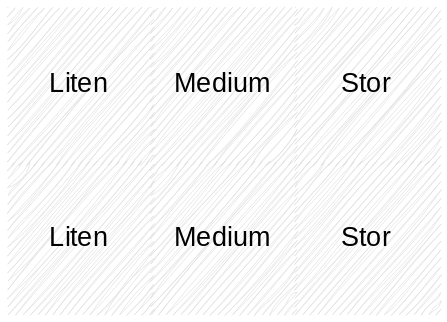
The draw.io diagram img/sannsyn/kaffebaren.drawio.svg in Andremartiny/MA-173, before a commit. Source tidied: cells renumbered, new cells last; positions are measured from the earlier drawing's top-left corner, leaving out a move shared by most shapes. Its diagram source:
```xml
<mxGraphModel>
  <root>
    <mxCell id="0" />
    <mxCell id="1" parent="0" />
    <mxCell id="2" value="Liten" style="shape=partialRectangle;html=1;whiteSpace=wrap;strokeColor=#23445d;overflow=hidden;fillColor=#dedede;top=0;left=0;bottom=0;right=0;sketch=1;hachureGap=4;jiggle=2;curveFitting=1;fontFamily=Handlee;fontSource=https%3A%2F%2Ffonts.googleapis.com%2Fcss%3Ffamily%3DHandlee;fontSize=19;" parent="1" vertex="1">
      <mxGeometry width="102" height="110" as="geometry" />
    </mxCell>
    <mxCell id="3" value="Medium" style="shape=partialRectangle;html=1;whiteSpace=wrap;strokeColor=#23445d;overflow=hidden;fillColor=#dedede;top=0;left=0;bottom=0;right=0;sketch=1;hachureGap=4;jiggle=2;curveFitting=1;fontFamily=Handlee;fontSource=https%3A%2F%2Ffonts.googleapis.com%2Fcss%3Ffamily%3DHandlee;fontSize=19;" parent="1" vertex="1">
      <mxGeometry x="102" width="103" height="110" as="geometry" />
    </mxCell>
    <mxCell id="4" value="Stor" style="shape=partialRectangle;html=1;whiteSpace=wrap;strokeColor=#23445d;overflow=hidden;fillColor=#dedede;top=0;left=0;bottom=0;right=0;sketch=1;hachureGap=4;jiggle=2;curveFitting=1;fontFamily=Handlee;fontSource=https%3A%2F%2Ffonts.googleapis.com%2Fcss%3Ffamily%3DHandlee;fontSize=19;" parent="1" vertex="1">
      <mxGeometry x="205" width="102" height="110" as="geometry" />
    </mxCell>
    <mxCell id="5" value="Liten" style="shape=partialRectangle;html=1;whiteSpace=wrap;strokeColor=#23445d;overflow=hidden;fillColor=#dedede;top=0;left=0;bottom=0;right=0;sketch=1;hachureGap=4;jiggle=2;curveFitting=1;fontFamily=Handlee;fontSource=https%3A%2F%2Ffonts.googleapis.com%2Fcss%3Ffamily%3DHandlee;fontSize=19;" parent="1" vertex="1">
      <mxGeometry y="110" width="102" height="109" as="geometry" />
    </mxCell>
    <mxCell id="6" value="Medium" style="shape=partialRectangle;html=1;whiteSpace=wrap;strokeColor=#23445d;overflow=hidden;fillColor=#dedede;top=0;left=0;bottom=0;right=0;sketch=1;hachureGap=4;jiggle=2;curveFitting=1;fontFamily=Handlee;fontSource=https%3A%2F%2Ffonts.googleapis.com%2Fcss%3Ffamily%3DHandlee;fontSize=19;" parent="1" vertex="1">
      <mxGeometry x="102" y="110" width="103" height="109" as="geometry" />
    </mxCell>
    <mxCell id="7" value="Stor" style="shape=partialRectangle;html=1;whiteSpace=wrap;strokeColor=#23445d;overflow=hidden;fillColor=#dedede;top=0;left=0;bottom=0;right=0;sketch=1;hachureGap=4;jiggle=2;curveFitting=1;fontFamily=Handlee;fontSource=https%3A%2F%2Ffonts.googleapis.com%2Fcss%3Ffamily%3DHandlee;fontSize=19;" parent="1" vertex="1">
      <mxGeometry x="205" y="110" width="102" height="109" as="geometry" />
    </mxCell>
  </root>
</mxGraphModel>
```
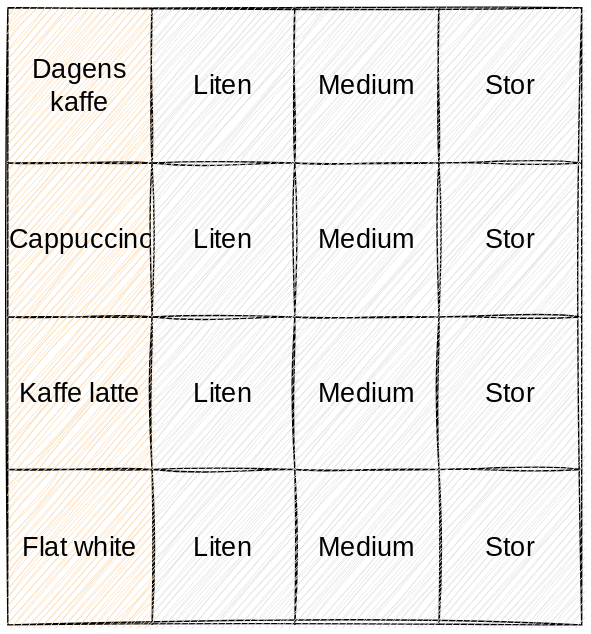
The same file after the commit.

What changed in the source:
```diff
@@ -2,23 +2,68 @@
   <root>
     <mxCell id="0" />
     <mxCell id="1" parent="0" />
-    <mxCell id="2" value="Liten" style="shape=partialRectangle;html=1;whiteSpace=wrap;strokeColor=#23445d;overflow=hidden;fillColor=#dedede;top=0;left=0;bottom=0;right=0;sketch=1;hachureGap=4;jiggle=2;curveFitting=1;fontFamily=Handlee;fontSource=https%3A%2F%2Ffonts.googleapis.com%2Fcss%3Ffamily%3DHandlee;fontSize=19;" parent="1" vertex="1">
-      <mxGeometry width="102" height="110" as="geometry" />
+    <mxCell id="2" style="shape=table;startSize=0;sketch=1;hachureGap=4;jiggle=2;curveFitting=1;fontFamily=Handlee;fontSource=https%3A%2F%2Ffonts.googleapis.com%2Fcss%3Ffamily%3DHandlee;fontSize=19;" parent="1" vertex="1">
+      <mxGeometry width="410" height="441" as="geometry" />
     </mxCell>
-    <mxCell id="3" value="Medium" style="shape=partialRectangle;html=1;whiteSpace=wrap;strokeColor=#23445d;overflow=hidden;fillColor=#dedede;top=0;left=0;bottom=0;right=0;sketch=1;hachureGap=4;jiggle=2;curveFitting=1;fontFamily=Handlee;fontSource=https%3A%2F%2Ffonts.googleapis.com%2Fcss%3Ffamily%3DHandlee;fontSize=19;" parent="1" vertex="1">
-      <mxGeometry x="102" width="103" height="110" as="geometry" />
+    <mxCell id="3" style="shape=tableRow;horizontal=0;startSize=0;swimlaneHead=0;swimlaneBody=0;strokeColor=inherit;top=0;left=0;bottom=0;right=0;fillColor=none;sketch=1;hachureGap=4;jiggle=2;curveFitting=1;fontFamily=Handlee;fontSource=https%3A%2F%2Ffonts.googleapis.com%2Fcss%3Ffamily%3DHandlee;fontSize=19;" parent="2" vertex="1">
+      <mxGeometry width="410" height="111" as="geometry" />
     </mxCell>
-    <mxCell id="4" value="Stor" style="shape=partialRectangle;html=1;whiteSpace=wrap;strokeColor=#23445d;overflow=hidden;fillColor=#dedede;top=0;left=0;bottom=0;right=0;sketch=1;hachureGap=4;jiggle=2;curveFitting=1;fontFamily=Handlee;fontSource=https%3A%2F%2Ffonts.googleapis.com%2Fcss%3Ffamily%3DHandlee;fontSize=19;" parent="1" vertex="1">
-      <mxGeometry x="205" width="102" height="110" as="geometry" />
+    <mxCell id="4" value="Dagens kaffe" style="shape=partialRectangle;html=1;whiteSpace=wrap;strokeColor=#b46504;overflow=hidden;fillColor=#fad7ac;top=0;left=0;bottom=0;right=0;sketch=1;hachureGap=4;jiggle=2;curveFitting=1;fontFamily=Handlee;fontSource=https%3A%2F%2Ffonts.googleapis.com%2Fcss%3Ffamily%3DHandlee;fontSize=19;" parent="3" vertex="1">
+      <mxGeometry width="103" height="111" as="geometry" />
     </mxCell>
-    <mxCell id="5" value="Liten" style="shape=partialRectangle;html=1;whiteSpace=wrap;strokeColor=#23445d;overflow=hidden;fillColor=#dedede;top=0;left=0;bottom=0;right=0;sketch=1;hachureGap=4;jiggle=2;curveFitting=1;fontFamily=Handlee;fontSource=https%3A%2F%2Ffonts.googleapis.com%2Fcss%3Ffamily%3DHandlee;fontSize=19;" parent="1" vertex="1">
-      <mxGeometry y="110" width="102" height="109" as="geometry" />
+    <mxCell id="5" value="Liten" style="shape=partialRectangle;html=1;whiteSpace=wrap;strokeColor=#23445d;overflow=hidden;fillColor=#dedede;top=0;left=0;bottom=0;right=0;sketch=1;hachureGap=4;jiggle=2;curveFitting=1;fontFamily=Handlee;fontSource=https%3A%2F%2Ffonts.googleapis.com%2Fcss%3Ffamily%3DHandlee;fontSize=19;" parent="3" vertex="1">
+      <mxGeometry x="103" width="102" height="111" as="geometry" />
     </mxCell>
-    <mxCell id="6" value="Medium" style="shape=partialRectangle;html=1;whiteSpace=wrap;strokeColor=#23445d;overflow=hidden;fillColor=#dedede;top=0;left=0;bottom=0;right=0;sketch=1;hachureGap=4;jiggle=2;curveFitting=1;fontFamily=Handlee;fontSource=https%3A%2F%2Ffonts.googleapis.com%2Fcss%3Ffamily%3DHandlee;fontSize=19;" parent="1" vertex="1">
-      <mxGeometry x="102" y="110" width="103" height="109" as="geometry" />
+    <mxCell id="6" value="Medium" style="shape=partialRectangle;html=1;whiteSpace=wrap;strokeColor=#23445d;overflow=hidden;fillColor=#dedede;top=0;left=0;bottom=0;right=0;sketch=1;hachureGap=4;jiggle=2;curveFitting=1;fontFamily=Handlee;fontSource=https%3A%2F%2Ffonts.googleapis.com%2Fcss%3Ffamily%3DHandlee;fontSize=19;" parent="3" vertex="1">
+      <mxGeometry x="205" width="103" height="111" as="geometry" />
     </mxCell>
-    <mxCell id="7" value="Stor" style="shape=partialRectangle;html=1;whiteSpace=wrap;strokeColor=#23445d;overflow=hidden;fillColor=#dedede;top=0;left=0;bottom=0;right=0;sketch=1;hachureGap=4;jiggle=2;curveFitting=1;fontFamily=Handlee;fontSource=https%3A%2F%2Ffonts.googleapis.com%2Fcss%3Ffamily%3DHandlee;fontSize=19;" parent="1" vertex="1">
-      <mxGeometry x="205" y="110" width="102" height="109" as="geometry" />
+    <mxCell id="7" value="Stor" style="shape=partialRectangle;html=1;whiteSpace=wrap;strokeColor=#23445d;overflow=hidden;fillColor=#dedede;top=0;left=0;bottom=0;right=0;sketch=1;hachureGap=4;jiggle=2;curveFitting=1;fontFamily=Handlee;fontSource=https%3A%2F%2Ffonts.googleapis.com%2Fcss%3Ffamily%3DHandlee;fontSize=19;" parent="3" vertex="1">
+      <mxGeometry x="308" width="102" height="111" as="geometry" />
     </mxCell>
+    <mxCell id="8" style="shape=tableRow;horizontal=0;startSize=0;swimlaneHead=0;swimlaneBody=0;strokeColor=inherit;top=0;left=0;bottom=0;right=0;fillColor=none;sketch=1;hachureGap=4;jiggle=2;curveFitting=1;fontFamily=Handlee;fontSource=https%3A%2F%2Ffonts.googleapis.com%2Fcss%3Ffamily%3DHandlee;fontSize=19;" parent="2" vertex="1">
+      <mxGeometry y="111" width="410" height="110" as="geometry" />
+    </mxCell>
+    <mxCell id="9" value="Cappuccino" style="shape=partialRectangle;html=1;whiteSpace=wrap;strokeColor=#b46504;overflow=hidden;fillColor=#fad7ac;top=0;left=0;bottom=0;right=0;sketch=1;hachureGap=4;jiggle=2;curveFitting=1;fontFamily=Handlee;fontSource=https%3A%2F%2Ffonts.googleapis.com%2Fcss%3Ffamily%3DHandlee;fontSize=19;" parent="8" vertex="1">
+      <mxGeometry width="103" height="110" as="geometry" />
+    </mxCell>
+    <mxCell id="10" value="Liten" style="shape=partialRectangle;html=1;whiteSpace=wrap;strokeColor=#23445d;overflow=hidden;fillColor=#dedede;top=0;left=0;bottom=0;right=0;sketch=1;hachureGap=4;jiggle=2;curveFitting=1;fontFamily=Handlee;fontSource=https%3A%2F%2Ffonts.googleapis.com%2Fcss%3Ffamily%3DHandlee;fontSize=19;" parent="8" vertex="1">
+      <mxGeometry x="103" width="102" height="110" as="geometry" />
+    </mxCell>
+    <mxCell id="11" value="Medium" style="shape=partialRectangle;html=1;whiteSpace=wrap;strokeColor=#23445d;overflow=hidden;fillColor=#dedede;top=0;left=0;bottom=0;right=0;sketch=1;hachureGap=4;jiggle=2;curveFitting=1;fontFamily=Handlee;fontSource=https%3A%2F%2Ffonts.googleapis.com%2Fcss%3Ffamily%3DHandlee;fontSize=19;" parent="8" vertex="1">
+      <mxGeometry x="205" width="103" height="110" as="geometry" />
+    </mxCell>
+    <mxCell id="12" value="Stor" style="shape=partialRectangle;html=1;whiteSpace=wrap;strokeColor=#23445d;overflow=hidden;fillColor=#dedede;top=0;left=0;bottom=0;right=0;sketch=1;hachureGap=4;jiggle=2;curveFitting=1;fontFamily=Handlee;fontSource=https%3A%2F%2Ffonts.googleapis.com%2Fcss%3Ffamily%3DHandlee;fontSize=19;" parent="8" vertex="1">
+      <mxGeometry x="308" width="102" height="110" as="geometry" />
+    </mxCell>
+    <mxCell id="13" style="shape=tableRow;horizontal=0;startSize=0;swimlaneHead=0;swimlaneBody=0;strokeColor=inherit;top=0;left=0;bottom=0;right=0;fillColor=none;sketch=1;hachureGap=4;jiggle=2;curveFitting=1;fontFamily=Handlee;fontSource=https%3A%2F%2Ffonts.googleapis.com%2Fcss%3Ffamily%3DHandlee;fontSize=19;" parent="2" vertex="1">
+      <mxGeometry y="221" width="410" height="109" as="geometry" />
+    </mxCell>
+    <mxCell id="14" value="Kaffe latte" style="shape=partialRectangle;html=1;whiteSpace=wrap;strokeColor=#b46504;overflow=hidden;fillColor=#fad7ac;top=0;left=0;bottom=0;right=0;sketch=1;hachureGap=4;jiggle=2;curveFitting=1;fontFamily=Handlee;fontSource=https%3A%2F%2Ffonts.googleapis.com%2Fcss%3Ffamily%3DHandlee;fontSize=19;" parent="13" vertex="1">
+      <mxGeometry width="103" height="109" as="geometry" />
+    </mxCell>
+    <mxCell id="15" value="Liten" style="shape=partialRectangle;html=1;whiteSpace=wrap;strokeColor=#23445d;overflow=hidden;fillColor=#dedede;top=0;left=0;bottom=0;right=0;sketch=1;hachureGap=4;jiggle=2;curveFitting=1;fontFamily=Handlee;fontSource=https%3A%2F%2Ffonts.googleapis.com%2Fcss%3Ffamily%3DHandlee;fontSize=19;" parent="13" vertex="1">
+      <mxGeometry x="103" width="102" height="109" as="geometry" />
+    </mxCell>
+    <mxCell id="16" value="Medium" style="shape=partialRectangle;html=1;whiteSpace=wrap;strokeColor=#23445d;overflow=hidden;fillColor=#dedede;top=0;left=0;bottom=0;right=0;sketch=1;hachureGap=4;jiggle=2;curveFitting=1;fontFamily=Handlee;fontSource=https%3A%2F%2Ffonts.googleapis.com%2Fcss%3Ffamily%3DHandlee;fontSize=19;" parent="13" vertex="1">
+      <mxGeometry x="205" width="103" height="109" as="geometry" />
+    </mxCell>
+    <mxCell id="17" value="Stor" style="shape=partialRectangle;html=1;whiteSpace=wrap;strokeColor=#23445d;overflow=hidden;fillColor=#dedede;top=0;left=0;bottom=0;right=0;sketch=1;hachureGap=4;jiggle=2;curveFitting=1;fontFamily=Handlee;fontSource=https%3A%2F%2Ffonts.googleapis.com%2Fcss%3Ffamily%3DHandlee;fontSize=19;" parent="13" vertex="1">
+      <mxGeometry x="308" width="102" height="109" as="geometry" />
+    </mxCell>
+    <mxCell id="18" style="shape=tableRow;horizontal=0;startSize=0;swimlaneHead=0;swimlaneBody=0;strokeColor=inherit;top=0;left=0;bottom=0;right=0;fillColor=none;sketch=1;hachureGap=4;jiggle=2;curveFitting=1;fontFamily=Handlee;fontSource=https%3A%2F%2Ffonts.googleapis.com%2Fcss%3Ffamily%3DHandlee;fontSize=19;" parent="2" vertex="1">
+      <mxGeometry y="330" width="410" height="111" as="geometry" />
+    </mxCell>
+    <mxCell id="19" value="Flat white" style="shape=partialRectangle;html=1;whiteSpace=wrap;strokeColor=#b46504;overflow=hidden;fillColor=#fad7ac;top=0;left=0;bottom=0;right=0;sketch=1;hachureGap=4;jiggle=2;curveFitting=1;fontFamily=Handlee;fontSource=https%3A%2F%2Ffonts.googleapis.com%2Fcss%3Ffamily%3DHandlee;fontSize=19;" parent="18" vertex="1">
+      <mxGeometry width="103" height="111" as="geometry" />
+    </mxCell>
+    <mxCell id="20" value="Liten" style="shape=partialRectangle;html=1;whiteSpace=wrap;strokeColor=#23445d;overflow=hidden;fillColor=#dedede;top=0;left=0;bottom=0;right=0;sketch=1;hachureGap=4;jiggle=2;curveFitting=1;fontFamily=Handlee;fontSource=https%3A%2F%2Ffonts.googleapis.com%2Fcss%3Ffamily%3DHandlee;fontSize=19;" parent="18" vertex="1">
+      <mxGeometry x="103" width="102" height="111" as="geometry" />
+    </mxCell>
+    <mxCell id="21" value="Medium" style="shape=partialRectangle;html=1;whiteSpace=wrap;strokeColor=#23445d;overflow=hidden;fillColor=#dedede;top=0;left=0;bottom=0;right=0;sketch=1;hachureGap=4;jiggle=2;curveFitting=1;fontFamily=Handlee;fontSource=https%3A%2F%2Ffonts.googleapis.com%2Fcss%3Ffamily%3DHandlee;fontSize=19;" parent="18" vertex="1">
+      <mxGeometry x="205" width="103" height="111" as="geometry" />
+    </mxCell>
+    <mxCell id="22" value="Stor" style="shape=partialRectangle;html=1;whiteSpace=wrap;strokeColor=#23445d;overflow=hidden;fillColor=#dedede;top=0;left=0;bottom=0;right=0;sketch=1;hachureGap=4;jiggle=2;curveFitting=1;fontFamily=Handlee;fontSource=https%3A%2F%2Ffonts.googleapis.com%2Fcss%3Ffamily%3DHandlee;fontSize=19;" parent="18" vertex="1">
+      <mxGeometry x="308" width="102" height="111" as="geometry" />
+    </mxCell>
   </root>
 </mxGraphModel>
```
